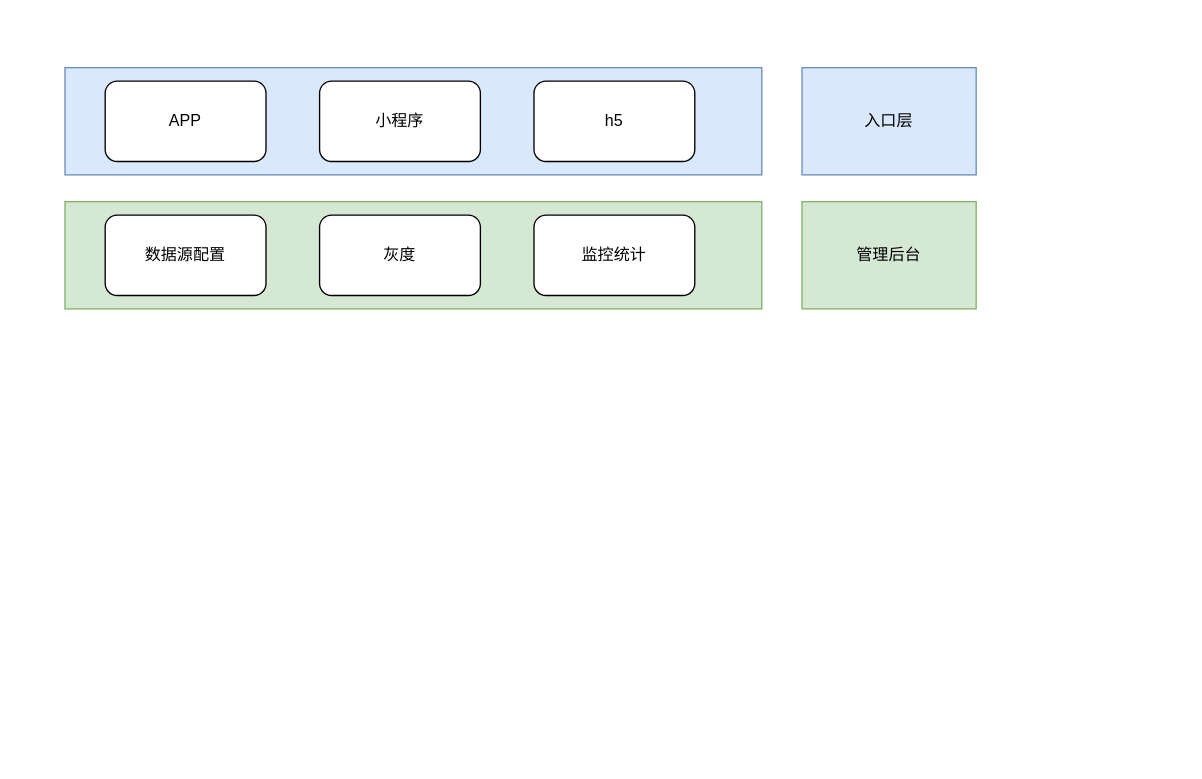
Earlier version of the draw.io diagram miyuan/商品列表.drawio (smallleaf/draw.io). Source tidied: cells renumbered, new cells numbered last; positions are measured from the earlier drawing's top-left corner, leaving out a move shared by most shapes. Both pictures are drawn from the tidied source at 134%, with x=0, y=0 at pixel (64, 67).
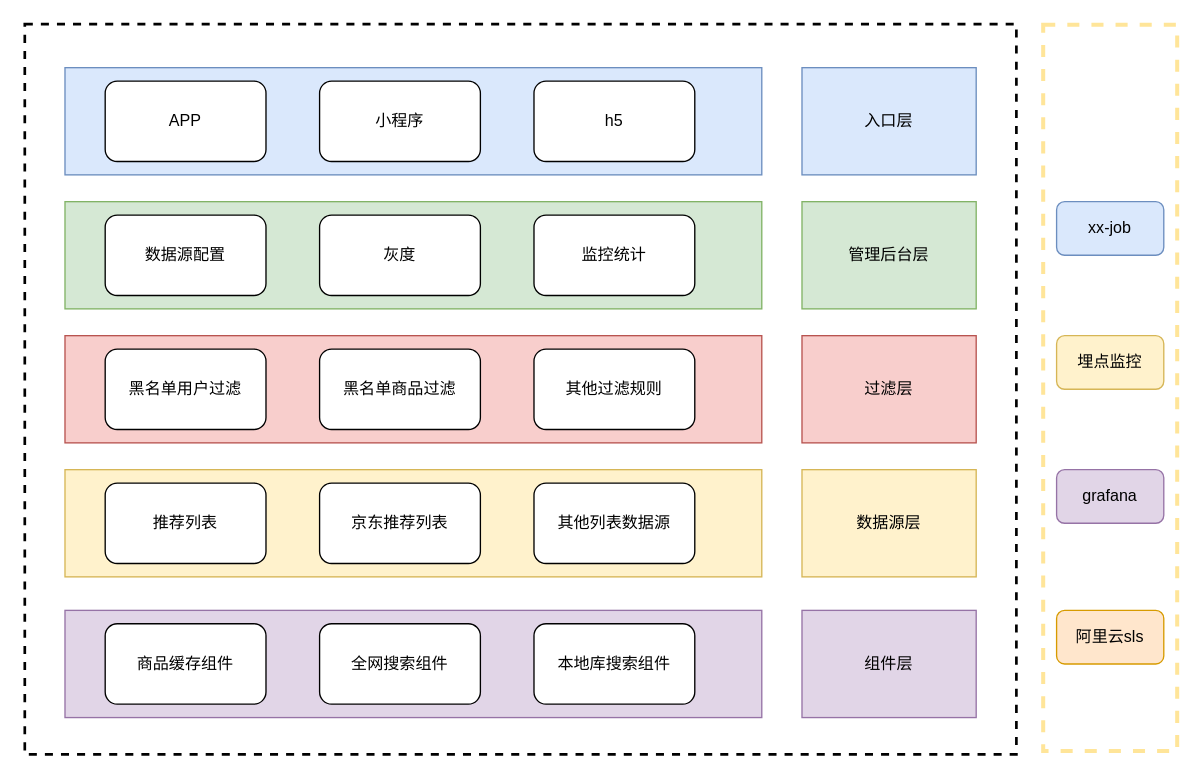
After the change.

Commit message (it also covers changes not shown here):
更新商品列表.drawio

The edit, as a diff of the source:
```diff
@@
+    <mxCell id="12" style="rounded=0;whiteSpace=wrap;html=1;dashed=1;strokeWidth=2;" parent="1" vertex="1">
+      <mxGeometry x="-30" y="-32.5" width="740" height="545" as="geometry" />
+    </mxCell>
@@
-    <mxCell id="8" value="管理后台" style="rounded=0;whiteSpace=wrap;html=1;fillColor=#d5e8d4;strokeColor=#82b366;" parent="1" vertex="1">
+    <mxCell id="8" value="管理后台层" style="rounded=0;whiteSpace=wrap;html=1;fillColor=#d5e8d4;strokeColor=#82b366;" parent="1" vertex="1">
       <mxGeometry x="550" y="100" width="130" height="80" as="geometry" />
     </mxCell>
@@
+    <mxCell id="13" style="rounded=0;whiteSpace=wrap;html=1;fillColor=#f8cecc;strokeColor=#b85450;" parent="1" vertex="1">
+      <mxGeometry y="200" width="520" height="80" as="geometry" />
+    </mxCell>
+    <mxCell id="14" value="过滤层" style="rounded=0;whiteSpace=wrap;html=1;fillColor=#f8cecc;strokeColor=#b85450;" parent="1" vertex="1">
+      <mxGeometry x="550" y="200" width="130" height="80" as="geometry" />
+    </mxCell>
+    <mxCell id="15" value="黑名单用户过滤" style="rounded=1;whiteSpace=wrap;html=1;" parent="1" vertex="1">
+      <mxGeometry x="30" y="210" width="120" height="60" as="geometry" />
+    </mxCell>
+    <mxCell id="16" value="黑名单商品过滤" style="rounded=1;whiteSpace=wrap;html=1;" parent="1" vertex="1">
+      <mxGeometry x="190" y="210" width="120" height="60" as="geometry" />
+    </mxCell>
+    <mxCell id="17" value="其他过滤规则" style="rounded=1;whiteSpace=wrap;html=1;" parent="1" vertex="1">
+      <mxGeometry x="350" y="210" width="120" height="60" as="geometry" />
+    </mxCell>
+    <mxCell id="18" style="rounded=0;whiteSpace=wrap;html=1;fillColor=#fff2cc;strokeColor=#d6b656;" parent="1" vertex="1">
+      <mxGeometry y="300" width="520" height="80" as="geometry" />
+    </mxCell>
+    <mxCell id="19" value="数据源层" style="rounded=0;whiteSpace=wrap;html=1;fillColor=#fff2cc;strokeColor=#d6b656;" parent="1" vertex="1">
+      <mxGeometry x="550" y="300" width="130" height="80" as="geometry" />
+    </mxCell>
+    <mxCell id="20" value="推荐列表" style="rounded=1;whiteSpace=wrap;html=1;" parent="1" vertex="1">
+      <mxGeometry x="30" y="310" width="120" height="60" as="geometry" />
+    </mxCell>
+    <mxCell id="21" value="京东推荐列表" style="rounded=1;whiteSpace=wrap;html=1;" parent="1" vertex="1">
+      <mxGeometry x="190" y="310" width="120" height="60" as="geometry" />
+    </mxCell>
+    <mxCell id="22" value="其他列表数据源" style="rounded=1;whiteSpace=wrap;html=1;" parent="1" vertex="1">
+      <mxGeometry x="350" y="310" width="120" height="60" as="geometry" />
+    </mxCell>
+    <mxCell id="23" style="rounded=0;whiteSpace=wrap;html=1;fillColor=#e1d5e7;strokeColor=#9673a6;" parent="1" vertex="1">
+      <mxGeometry y="405" width="520" height="80" as="geometry" />
+    </mxCell>
+    <mxCell id="24" value="组件层" style="rounded=0;whiteSpace=wrap;html=1;fillColor=#e1d5e7;strokeColor=#9673a6;" parent="1" vertex="1">
+      <mxGeometry x="550" y="405" width="130" height="80" as="geometry" />
+    </mxCell>
+    <mxCell id="25" value="商品缓存组件" style="rounded=1;whiteSpace=wrap;html=1;" parent="1" vertex="1">
+      <mxGeometry x="30" y="415" width="120" height="60" as="geometry" />
+    </mxCell>
+    <mxCell id="26" value="全网搜索组件" style="rounded=1;whiteSpace=wrap;html=1;" parent="1" vertex="1">
+      <mxGeometry x="190" y="415" width="120" height="60" as="geometry" />
+    </mxCell>
+    <mxCell id="27" value="本地库搜索组件" style="rounded=1;whiteSpace=wrap;html=1;" parent="1" vertex="1">
+      <mxGeometry x="350" y="415" width="120" height="60" as="geometry" />
+    </mxCell>
+    <mxCell id="28" style="rounded=0;whiteSpace=wrap;html=1;dashed=1;strokeWidth=3;strokeColor=#FFE599;" parent="1" vertex="1">
+      <mxGeometry x="730" y="-32" width="100" height="542" as="geometry" />
+    </mxCell>
+    <mxCell id="29" value="xx-job" style="rounded=1;whiteSpace=wrap;html=1;fillColor=#dae8fc;strokeColor=#6c8ebf;" parent="1" vertex="1">
+      <mxGeometry x="740" y="100" width="80" height="40" as="geometry" />
+    </mxCell>
+    <mxCell id="30" value="埋点监控" style="rounded=1;whiteSpace=wrap;html=1;fillColor=#fff2cc;strokeColor=#d6b656;" parent="1" vertex="1">
+      <mxGeometry x="740" y="200" width="80" height="40" as="geometry" />
+    </mxCell>
+    <mxCell id="31" value="grafana" style="rounded=1;whiteSpace=wrap;html=1;fillColor=#e1d5e7;strokeColor=#9673a6;" parent="1" vertex="1">
+      <mxGeometry x="740" y="300" width="80" height="40" as="geometry" />
+    </mxCell>
+    <mxCell id="32" value="阿里云sls" style="rounded=1;whiteSpace=wrap;html=1;fillColor=#ffe6cc;strokeColor=#d79b00;" parent="1" vertex="1">
+      <mxGeometry x="740" y="405" width="80" height="40" as="geometry" />
+    </mxCell>
```
